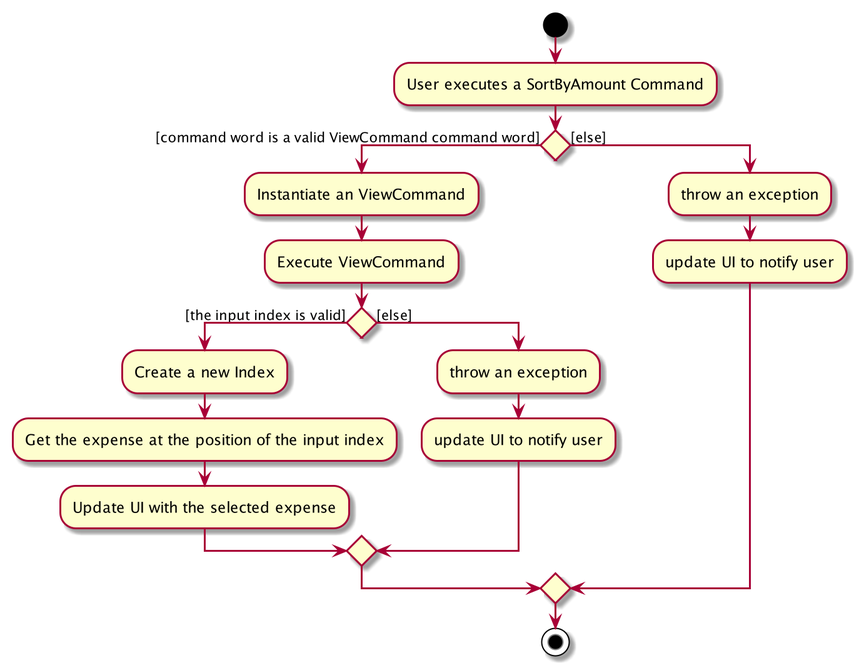
Before: docs/images/ViewActivityDiagram.png, a diagram exported from PlantUML (yyutong/tp).
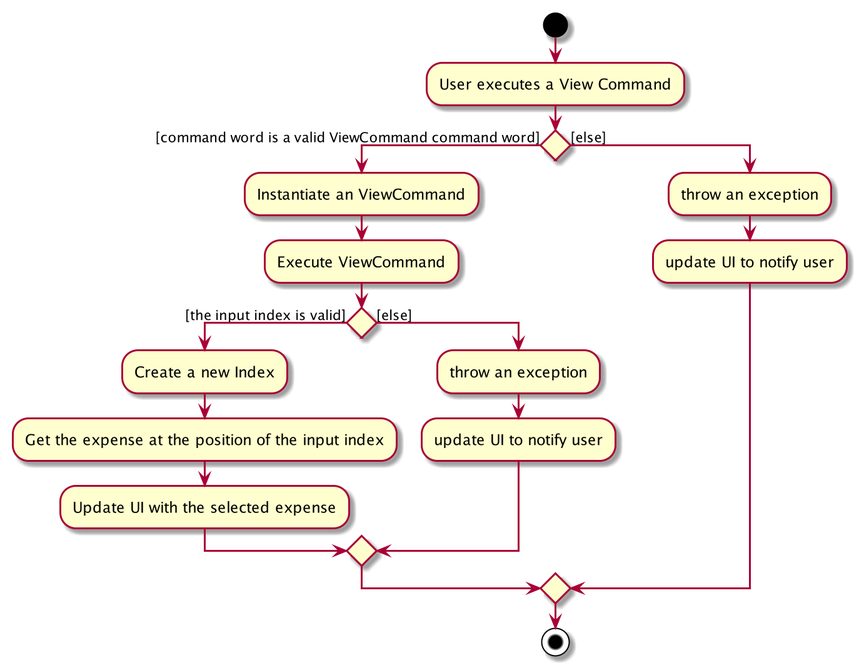
Later version of the same file.

The edit, as a diff of the source:
```diff
@@ -1,6 +1,6 @@
 @startuml
 start
-:User executes a SortByAmount Command;
+:User executes a View Command;
 
 
 if () then ([command word is a valid ViewCommand command word])
```
